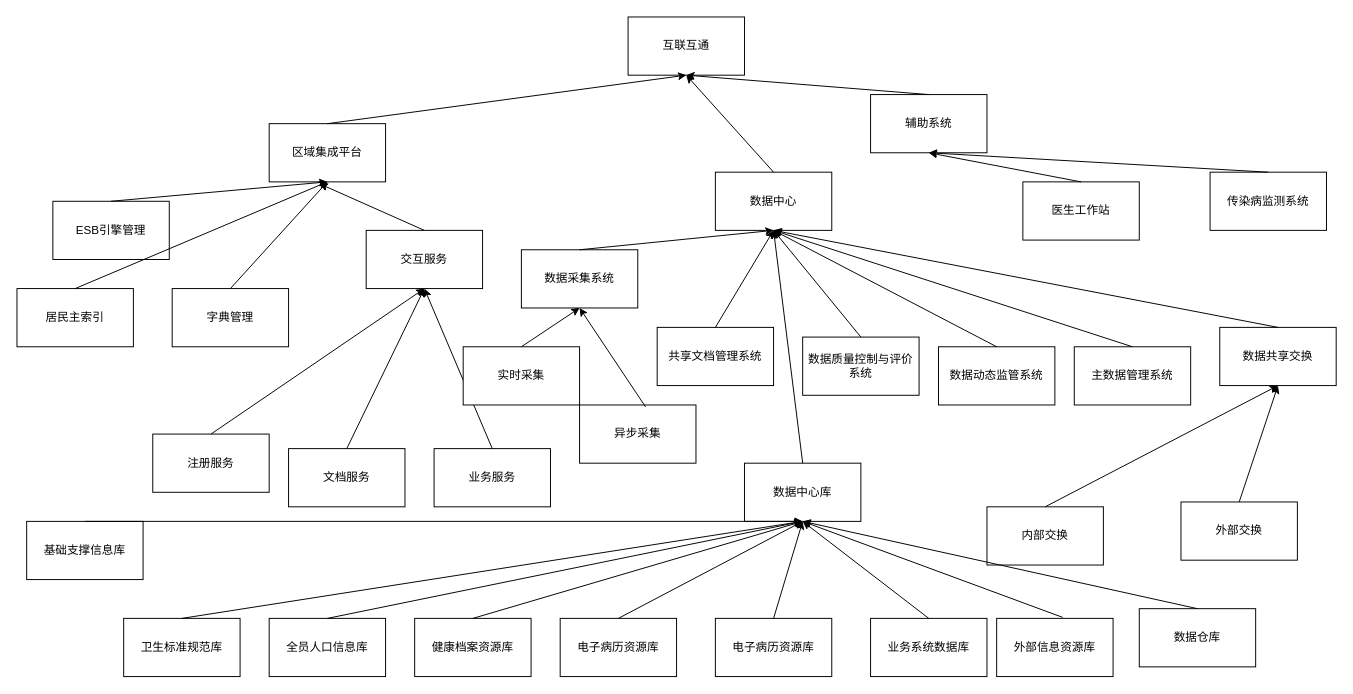
Earlier version of the draw.io diagram page "产品模块" (1 of 2) of source/互联互通.drawio (SmileCJX/processon). Source tidied: cells renumbered, new cells numbered last; positions are measured from the earlier drawing's top-left corner, leaving out a move shared by most shapes. Both pictures are drawn from the tidied source at 97%, with x=0, y=0 at pixel (16, 16).
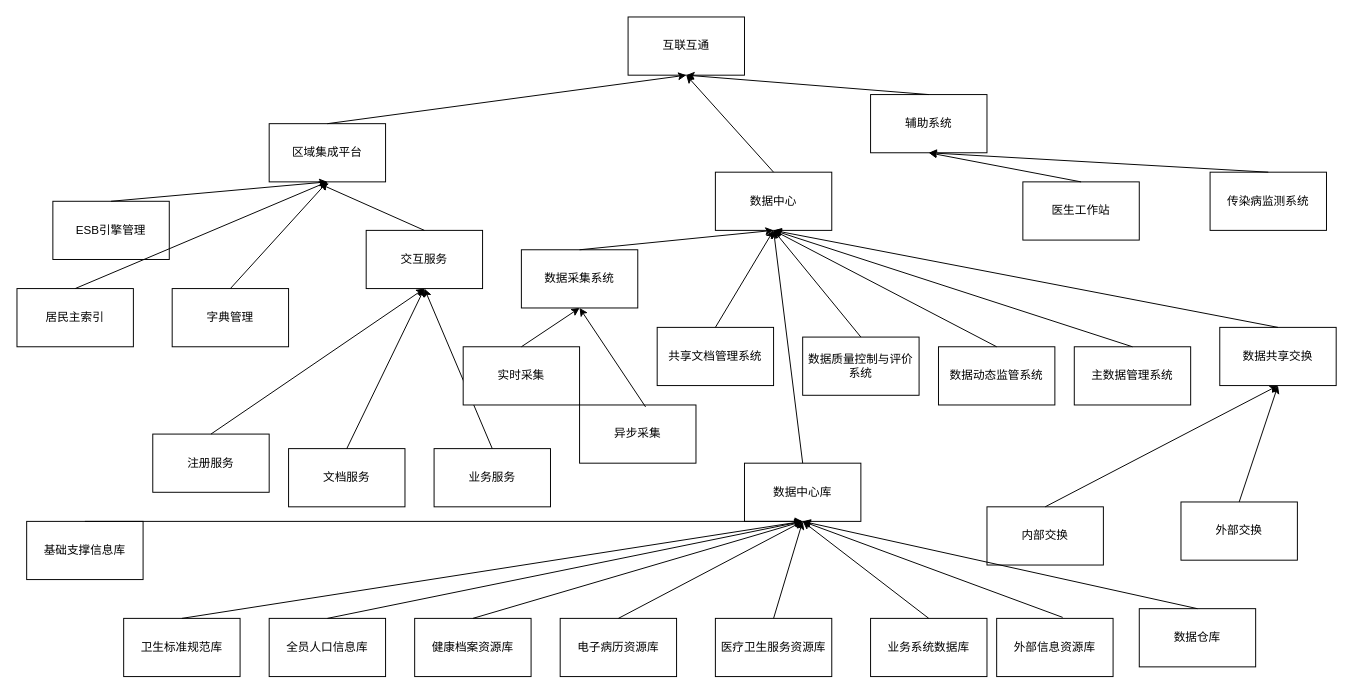
Above is the later version.

Commit message:
更新互联互通.drawio

The edit, as a diff of the source:
```diff
@@
-    <mxCell id="43" value="电子病历资源库" style="rounded=0;whiteSpace=wrap;html=1;" parent="1" vertex="1">
+    <mxCell id="43" value="医疗卫生服务资源库" style="rounded=0;whiteSpace=wrap;html=1;" parent="1" vertex="1">
       <mxGeometry x="720" y="620" width="120" height="60" as="geometry" />
     </mxCell>
```
